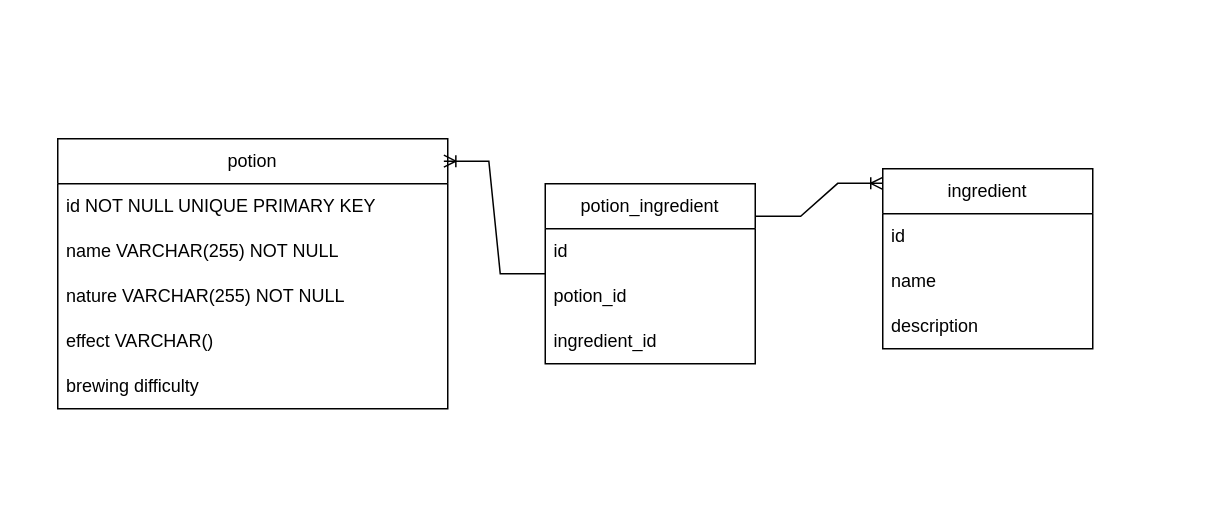
This is Untitled Diagram.drawio from Ange230700/expressMysqlLiveCoding, a draw.io file, before an edit. Source tidied: cells renumbered, new cells numbered last; positions are measured from the earlier drawing's top-left corner, leaving out a move shared by most shapes. Both pictures are drawn from the tidied source at 150%, with x=0, y=0 at pixel (57, 138).
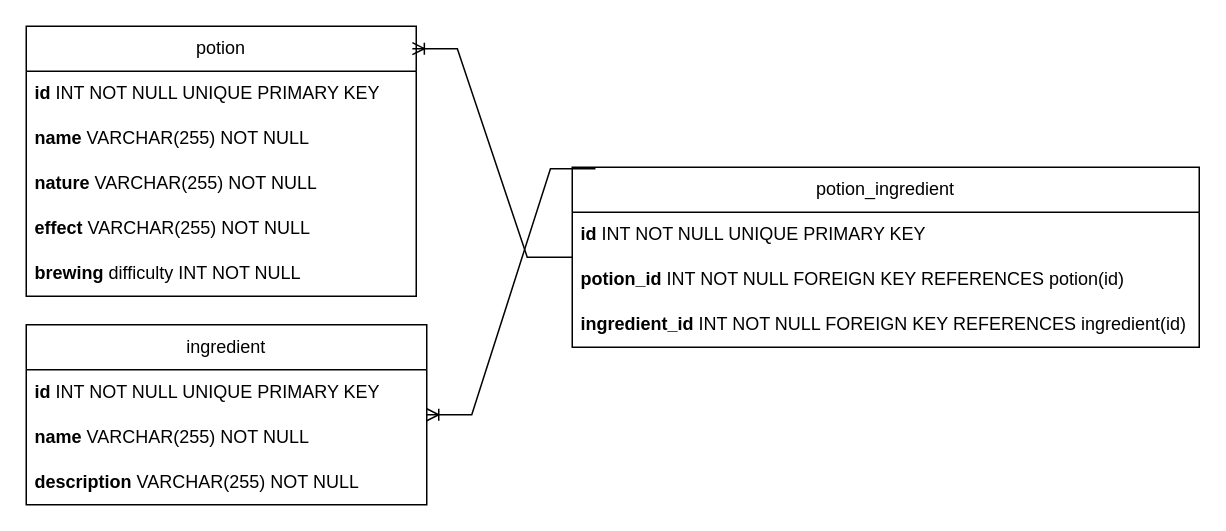
After the change.

What changed in the source:
```diff
@@
 <mxGraphModel>
   <root>
     <mxCell id="0" />
     <mxCell id="1" parent="0" />
     <mxCell id="2" value="potion" style="swimlane;fontStyle=0;horizontal=1;startSize=30;whiteSpace=wrap;html=1;" parent="1" vertex="1">
-      <mxGeometry width="260" height="180" as="geometry" />
+      <mxGeometry x="-21" y="-75" width="260" height="180" as="geometry" />
     </mxCell>
-    <mxCell id="3" value="id NOT NULL UNIQUE PRIMARY KEY" style="text;strokeColor=none;fillColor=none;align=left;verticalAlign=middle;spacingLeft=4;spacingRight=4;overflow=hidden;whiteSpace=wrap;html=1;" parent="2" vertex="1">
+    <mxCell id="3" value="&lt;b&gt;id&lt;/b&gt; INT NOT NULL UNIQUE PRIMARY KEY" style="text;strokeColor=none;fillColor=none;align=left;verticalAlign=middle;spacingLeft=4;spacingRight=4;overflow=hidden;whiteSpace=wrap;html=1;" parent="2" vertex="1">
       <mxGeometry y="30" width="260" height="30" as="geometry" />
     </mxCell>
-    <mxCell id="4" value="name VARCHAR(255) NOT NULL" style="text;strokeColor=none;fillColor=none;align=left;verticalAlign=middle;spacingLeft=4;spacingRight=4;overflow=hidden;whiteSpace=wrap;html=1;" parent="2" vertex="1">
+    <mxCell id="4" value="&lt;b&gt;name&lt;/b&gt; VARCHAR(255) NOT NULL" style="text;strokeColor=none;fillColor=none;align=left;verticalAlign=middle;spacingLeft=4;spacingRight=4;overflow=hidden;whiteSpace=wrap;html=1;" parent="2" vertex="1">
       <mxGeometry y="60" width="260" height="30" as="geometry" />
     </mxCell>
-    <mxCell id="5" value="nature VARCHAR(255) NOT NULL" style="text;strokeColor=none;fillColor=none;align=left;verticalAlign=middle;spacingLeft=4;spacingRight=4;overflow=hidden;whiteSpace=wrap;html=1;" parent="2" vertex="1">
+    <mxCell id="5" value="&lt;b&gt;nature&lt;/b&gt; VARCHAR(255) NOT NULL" style="text;strokeColor=none;fillColor=none;align=left;verticalAlign=middle;spacingLeft=4;spacingRight=4;overflow=hidden;whiteSpace=wrap;html=1;" parent="2" vertex="1">
       <mxGeometry y="90" width="260" height="30" as="geometry" />
     </mxCell>
-    <mxCell id="6" value="effect VARCHAR()" style="text;strokeColor=none;fillColor=none;align=left;verticalAlign=middle;spacingLeft=4;spacingRight=4;overflow=hidden;whiteSpace=wrap;html=1;" parent="2" vertex="1">
+    <mxCell id="6" value="&lt;b&gt;effect&lt;/b&gt; VARCHAR(255) NOT NULL" style="text;strokeColor=none;fillColor=none;align=left;verticalAlign=middle;spacingLeft=4;spacingRight=4;overflow=hidden;whiteSpace=wrap;html=1;" parent="2" vertex="1">
       <mxGeometry y="120" width="260" height="30" as="geometry" />
     </mxCell>
-    <mxCell id="7" value="brewing difficulty" style="text;strokeColor=none;fillColor=none;align=left;verticalAlign=middle;spacingLeft=4;spacingRight=4;overflow=hidden;whiteSpace=wrap;html=1;" parent="2" vertex="1">
+    <mxCell id="7" value="&lt;b&gt;brewing&lt;/b&gt; difficulty INT NOT NULL" style="text;strokeColor=none;fillColor=none;align=left;verticalAlign=middle;spacingLeft=4;spacingRight=4;overflow=hidden;whiteSpace=wrap;html=1;" parent="2" vertex="1">
       <mxGeometry y="150" width="260" height="30" as="geometry" />
     </mxCell>
     <mxCell id="8" value="potion_ingredient" style="swimlane;fontStyle=0;horizontal=1;startSize=30;whiteSpace=wrap;html=1;" parent="1" vertex="1">
-      <mxGeometry x="325" y="30" width="140" height="120" as="geometry" />
+      <mxGeometry x="343" y="19" width="418" height="120" as="geometry" />
     </mxCell>
-    <mxCell id="9" value="id" style="text;strokeColor=none;fillColor=none;align=left;verticalAlign=middle;spacingLeft=4;spacingRight=4;overflow=hidden;whiteSpace=wrap;html=1;" parent="8" vertex="1">
-      <mxGeometry y="30" width="140" height="30" as="geometry" />
+    <mxCell id="9" value="&lt;b&gt;id&lt;/b&gt; INT NOT NULL UNIQUE PRIMARY KEY" style="text;strokeColor=none;fillColor=none;align=left;verticalAlign=middle;spacingLeft=4;spacingRight=4;overflow=hidden;whiteSpace=wrap;html=1;" parent="8" vertex="1">
+      <mxGeometry y="30" width="418" height="30" as="geometry" />
     </mxCell>
-    <mxCell id="10" value="potion_id" style="text;strokeColor=none;fillColor=none;align=left;verticalAlign=middle;spacingLeft=4;spacingRight=4;overflow=hidden;whiteSpace=wrap;html=1;" parent="8" vertex="1">
-      <mxGeometry y="60" width="140" height="30" as="geometry" />
+    <mxCell id="10" value="&lt;b&gt;potion_id&lt;/b&gt; INT NOT NULL FOREIGN KEY REFERENCES potion(id)" style="text;strokeColor=none;fillColor=none;align=left;verticalAlign=middle;spacingLeft=4;spacingRight=4;overflow=hidden;whiteSpace=wrap;html=1;" parent="8" vertex="1">
+      <mxGeometry y="60" width="418" height="30" as="geometry" />
     </mxCell>
-    <mxCell id="11" value="ingredient_id" style="text;strokeColor=none;fillColor=none;align=left;verticalAlign=middle;spacingLeft=4;spacingRight=4;overflow=hidden;whiteSpace=wrap;html=1;" parent="8" vertex="1">
-      <mxGeometry y="90" width="140" height="30" as="geometry" />
+    <mxCell id="11" value="&lt;b&gt;ingredient_id&lt;/b&gt; INT NOT NULL FOREIGN KEY REFERENCES ingredient(id)" style="text;strokeColor=none;fillColor=none;align=left;verticalAlign=middle;spacingLeft=4;spacingRight=4;overflow=hidden;whiteSpace=wrap;html=1;" parent="8" vertex="1">
+      <mxGeometry y="90" width="418" height="30" as="geometry" />
     </mxCell>
     <mxCell id="12" value="ingredient" style="swimlane;fontStyle=0;horizontal=1;startSize=30;whiteSpace=wrap;html=1;" parent="1" vertex="1">
-      <mxGeometry x="550" y="20" width="140" height="120" as="geometry" />
+      <mxGeometry x="-21" y="124" width="267" height="120" as="geometry" />
     </mxCell>
-    <mxCell id="13" value="id" style="text;strokeColor=none;fillColor=none;align=left;verticalAlign=middle;spacingLeft=4;spacingRight=4;overflow=hidden;whiteSpace=wrap;html=1;" parent="12" vertex="1">
-      <mxGeometry y="30" width="140" height="30" as="geometry" />
+    <mxCell id="13" value="&lt;b&gt;id&lt;/b&gt; INT NOT NULL UNIQUE PRIMARY KEY" style="text;strokeColor=none;fillColor=none;align=left;verticalAlign=middle;spacingLeft=4;spacingRight=4;overflow=hidden;whiteSpace=wrap;html=1;" parent="12" vertex="1">
+      <mxGeometry y="30" width="267" height="30" as="geometry" />
     </mxCell>
-    <mxCell id="14" value="name" style="text;strokeColor=none;fillColor=none;align=left;verticalAlign=middle;spacingLeft=4;spacingRight=4;overflow=hidden;whiteSpace=wrap;html=1;" parent="12" vertex="1">
-      <mxGeometry y="60" width="140" height="30" as="geometry" />
+    <mxCell id="14" value="&lt;b&gt;name&lt;/b&gt; VARCHAR(255) NOT NULL" style="text;strokeColor=none;fillColor=none;align=left;verticalAlign=middle;spacingLeft=4;spacingRight=4;overflow=hidden;whiteSpace=wrap;html=1;" parent="12" vertex="1">
+      <mxGeometry y="60" width="267" height="30" as="geometry" />
     </mxCell>
-    <mxCell id="15" value="description" style="text;strokeColor=none;fillColor=none;align=left;verticalAlign=middle;spacingLeft=4;spacingRight=4;overflow=hidden;whiteSpace=wrap;html=1;" parent="12" vertex="1">
-      <mxGeometry y="90" width="140" height="30" as="geometry" />
+    <mxCell id="15" value="&lt;b&gt;description&lt;/b&gt; VARCHAR(255) NOT NULL" style="text;strokeColor=none;fillColor=none;align=left;verticalAlign=middle;spacingLeft=4;spacingRight=4;overflow=hidden;whiteSpace=wrap;html=1;" parent="12" vertex="1">
+      <mxGeometry y="90" width="267" height="30" as="geometry" />
     </mxCell>
     <mxCell id="16" style="edgeStyle=entityRelationEdgeStyle;fontSize=12;html=1;endArrow=ERoneToMany;rounded=0;entryX=0.99;entryY=0.083;entryDx=0;entryDy=0;entryPerimeter=0;" parent="1" edge="1" source="8" target="2">
       <mxGeometry relative="1" as="geometry" />
     </mxCell>
-    <mxCell id="17" style="edgeStyle=entityRelationEdgeStyle;fontSize=12;html=1;endArrow=ERoneToMany;rounded=0;entryX=0;entryY=0.081;entryDx=0;entryDy=0;entryPerimeter=0;exitX=1.002;exitY=0.181;exitDx=0;exitDy=0;exitPerimeter=0;" parent="1" edge="1" source="8" target="12">
-      <mxGeometry relative="1" as="geometry" />
+    <mxCell id="17" style="edgeStyle=entityRelationEdgeStyle;fontSize=12;html=1;endArrow=ERoneToMany;rounded=0;exitX=0.037;exitY=0.008;exitDx=0;exitDy=0;exitPerimeter=0;" parent="1" edge="1" source="8" target="12">
+      <mxGeometry relative="1" as="geometry">
+        <Array as="points">
+          <mxPoint x="89" y="278" />
+          <mxPoint x="137" y="296" />
+        </Array>
+      </mxGeometry>
     </mxCell>
   </root>
 </mxGraphModel>
```
